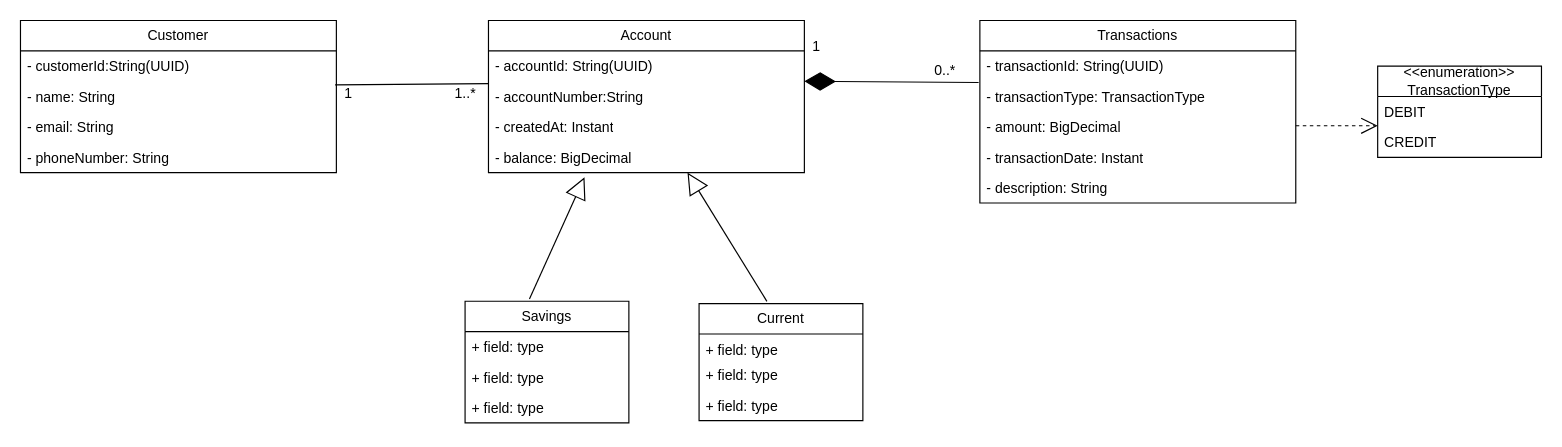
The draw.io diagram page "FinanceBank" (8 of 8) of UML Diagram/Practice.drawio in prakashbtech87/aaaaaaaaaaaPrakashDrawIORepo, before the edit. Source tidied: cells renumbered, new cells numbered last; positions are measured from the earlier drawing's top-left corner, leaving out a move shared by most shapes. Both pictures are drawn from the tidied source at 117%, with x=0, y=0 at pixel (20, 20).
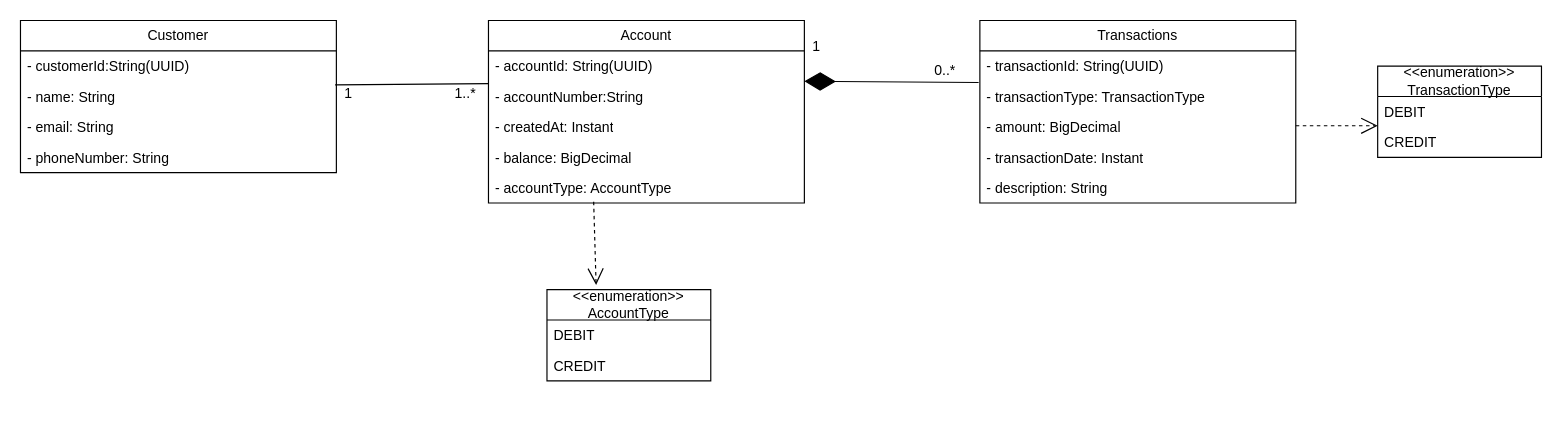
The same page after the edit.

The change refers to these unchanged cells:
```xml
<mxCell id="6" value="- balance: BigDecimal" style="text;strokeColor=none;fillColor=none;align=left;verticalAlign=top;spacingLeft=4;spacingRight=4;overflow=hidden;points=[[0,0.5],[1,0.5]];portConstraint=eastwest;whiteSpace=wrap;html=1;" parent="2" vertex="1">
  <mxGeometry y="104" width="270" height="26" as="geometry" />
</mxCell>
```

Change to the diagram source:
```diff
@@
     <mxCell id="2" value="Account" style="swimlane;fontStyle=0;horizontal=1;startSize=26;fillColor=none;whiteSpace=wrap;html=1;" parent="1" vertex="1">
-      <mxGeometry x="400" width="270" height="130" as="geometry" />
+      <mxGeometry x="400" width="270" height="156" as="geometry" />
     </mxCell>
@@
+    <mxCell id="38" value="- accountType: AccountType" style="text;strokeColor=none;fillColor=none;align=left;verticalAlign=top;spacingLeft=4;spacingRight=4;overflow=hidden;points=[[0,0.5],[1,0.5]];portConstraint=eastwest;whiteSpace=wrap;html=1;" parent="2" vertex="1">
+      <mxGeometry y="130" width="270" height="26" as="geometry" />
+    </mxCell>
@@
-    <mxCell id="18" value="Savings" style="swimlane;fontStyle=0;horizontal=1;startSize=26;fillColor=none;whiteSpace=wrap;html=1;" parent="1" vertex="1">
-      <mxGeometry x="380" y="240" width="140" height="104" as="geometry" />
-    </mxCell>
-    <mxCell id="19" value="+ field: type" style="text;strokeColor=none;fillColor=none;align=left;verticalAlign=top;spacingLeft=4;spacingRight=4;overflow=hidden;whiteSpace=wrap;html=1;" parent="18" vertex="1">
-      <mxGeometry y="26" width="140" height="26" as="geometry" />
-    </mxCell>
-    <mxCell id="20" value="+ field: type" style="text;strokeColor=none;fillColor=none;align=left;verticalAlign=top;spacingLeft=4;spacingRight=4;overflow=hidden;whiteSpace=wrap;html=1;" parent="18" vertex="1">
-      <mxGeometry y="52" width="140" height="26" as="geometry" />
-    </mxCell>
-    <mxCell id="21" value="+ field: type" style="text;strokeColor=none;fillColor=none;align=left;verticalAlign=top;spacingLeft=4;spacingRight=4;overflow=hidden;whiteSpace=wrap;html=1;" parent="18" vertex="1">
-      <mxGeometry y="78" width="140" height="26" as="geometry" />
-    </mxCell>
-    <mxCell id="22" value="Current" style="swimlane;fontStyle=0;horizontal=1;startSize=26;fillColor=none;whiteSpace=wrap;html=1;" parent="1" vertex="1">
-      <mxGeometry x="580" y="242" width="140" height="100" as="geometry" />
-    </mxCell>
-    <mxCell id="23" value="+ field: type" style="text;strokeColor=none;fillColor=none;align=left;verticalAlign=top;spacingLeft=4;spacingRight=4;overflow=hidden;whiteSpace=wrap;html=1;" parent="22" vertex="1">
-      <mxGeometry y="26" width="140" height="22" as="geometry" />
-    </mxCell>
-    <mxCell id="24" value="+ field: type" style="text;strokeColor=none;fillColor=none;align=left;verticalAlign=top;spacingLeft=4;spacingRight=4;overflow=hidden;whiteSpace=wrap;html=1;" parent="22" vertex="1">
-      <mxGeometry y="48" width="140" height="26" as="geometry" />
-    </mxCell>
-    <mxCell id="25" value="+ field: type" style="text;strokeColor=none;fillColor=none;align=left;verticalAlign=top;spacingLeft=4;spacingRight=4;overflow=hidden;whiteSpace=wrap;html=1;" parent="22" vertex="1">
-      <mxGeometry y="74" width="140" height="26" as="geometry" />
-    </mxCell>
-    <mxCell id="26" style="endArrow=block;endSize=16;endFill=0;html=1;rounded=0;exitX=0.414;exitY=-0.019;exitDx=0;exitDy=0;exitPerimeter=0;entryX=0.63;entryY=1;entryDx=0;entryDy=0;entryPerimeter=0;" parent="1" edge="1" source="22" target="6">
-      <mxGeometry relative="1" as="geometry" />
-    </mxCell>
@@
-    <mxCell id="33" style="endArrow=block;endSize=16;endFill=0;html=1;rounded=0;exitX=0.393;exitY=-0.019;exitDx=0;exitDy=0;exitPerimeter=0;entryX=0.304;entryY=1.154;entryDx=0;entryDy=0;entryPerimeter=0;" parent="1" edge="1" source="18" target="6">
-      <mxGeometry relative="1" as="geometry" />
-    </mxCell>
@@
+    <mxCell id="39" value="&amp;lt;&amp;lt;enumeration&amp;gt;&amp;gt;&lt;br&gt;AccountType" style="swimlane;fontStyle=0;horizontal=1;startSize=26;fillColor=none;whiteSpace=wrap;html=1;" parent="1" vertex="1">
+      <mxGeometry x="450" y="230" width="140" height="78" as="geometry" />
+    </mxCell>
+    <mxCell id="40" value="DEBIT" style="text;strokeColor=none;fillColor=none;align=left;verticalAlign=top;spacingLeft=4;spacingRight=4;overflow=hidden;whiteSpace=wrap;html=1;" parent="39" vertex="1">
+      <mxGeometry y="26" width="140" height="26" as="geometry" />
+    </mxCell>
+    <mxCell id="41" value="CREDIT" style="text;strokeColor=none;fillColor=none;align=left;verticalAlign=top;spacingLeft=4;spacingRight=4;overflow=hidden;whiteSpace=wrap;html=1;" parent="39" vertex="1">
+      <mxGeometry y="52" width="140" height="26" as="geometry" />
+    </mxCell>
+    <mxCell id="42" style="endArrow=open;endSize=12;dashed=1;html=1;rounded=0;exitX=0.333;exitY=0.962;exitDx=0;exitDy=0;exitPerimeter=0;entryX=0.3;entryY=-0.051;entryDx=0;entryDy=0;entryPerimeter=0;" parent="1" edge="1" source="38" target="39">
+      <mxGeometry relative="1" as="geometry" />
+    </mxCell>
```
